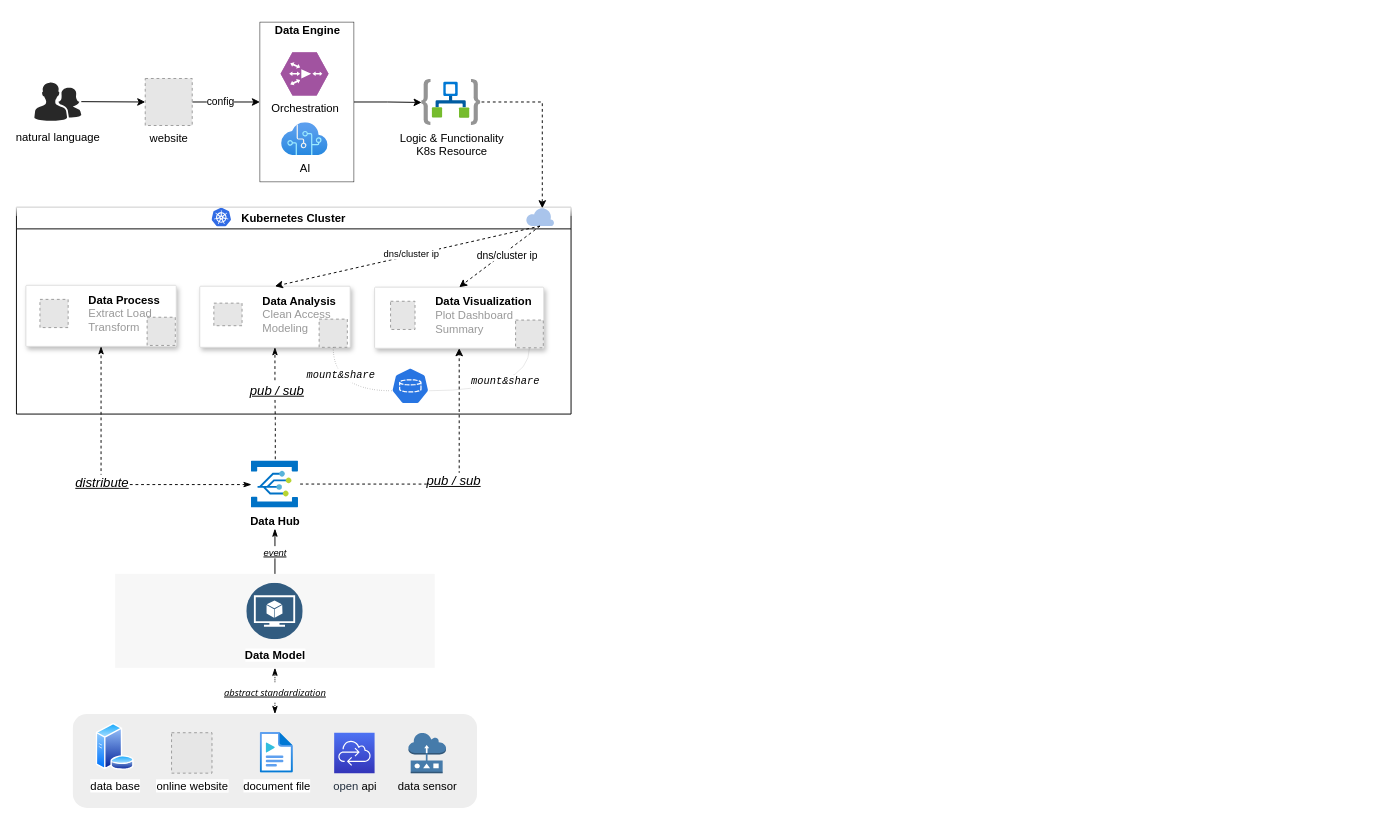
Above: rpl.drawio in siruzhong/drawing (draw.io), before the change. Source tidied: cells renumbered, new cells numbered last; positions are measured from the earlier drawing's top-left corner, leaving out a move shared by most shapes. Both pictures are drawn from the tidied source at 94%, with x=0, y=0 at pixel (16, 16). Pictures stored in the file or linked from it are replaced by grey dashed boxes.
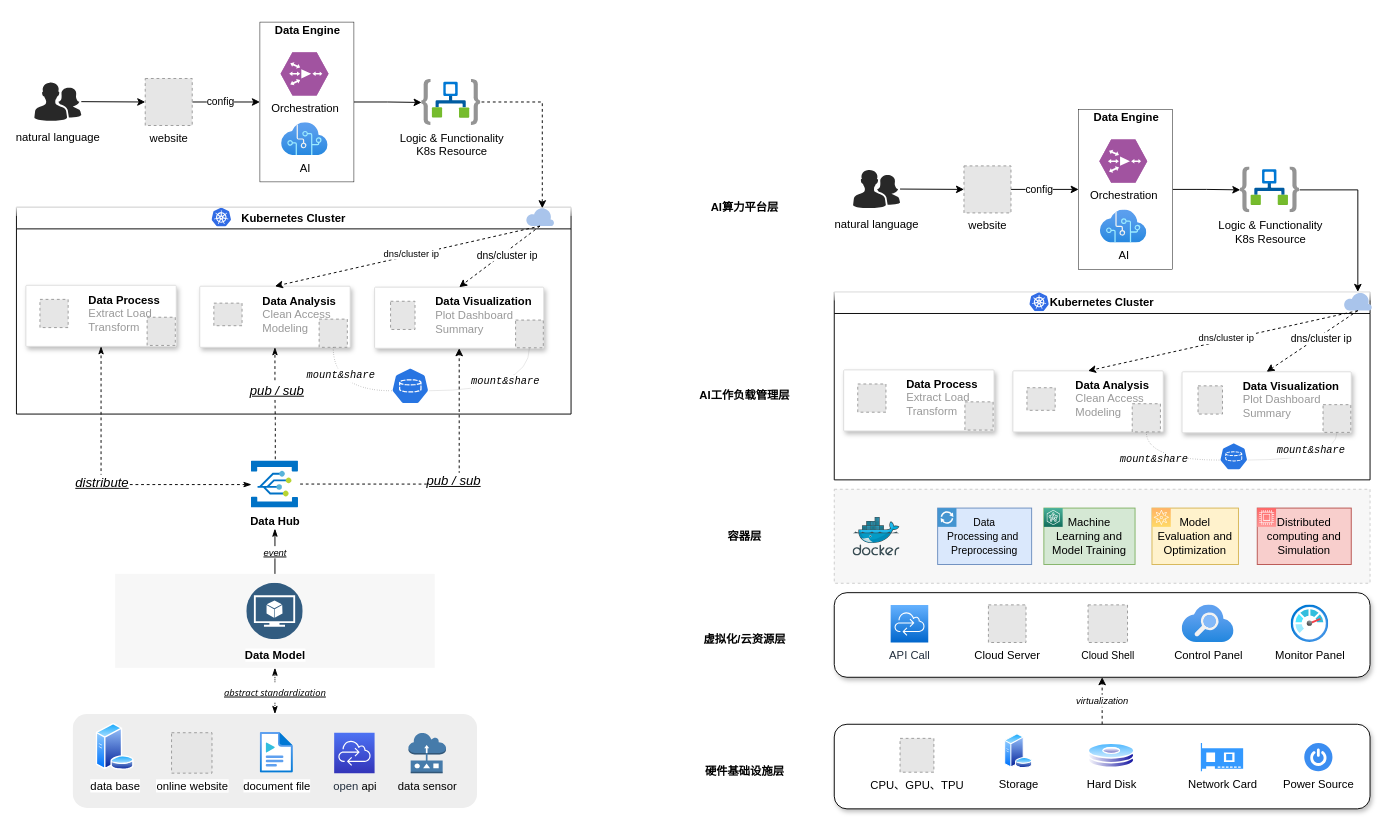
The same page after the edit.

The edit, as a diff of the source:
```diff
@@
+    <mxCell id="54" style="rounded=0;whiteSpace=wrap;html=1;fillColor=#F7F7F7;strokeColor=#CCCCCC;fontColor=#333333;strokeWidth=1;dashed=1;" parent="1" vertex="1">
+      <mxGeometry x="870" y="503" width="570" height="100" as="geometry" />
+    </mxCell>
+    <mxCell id="55" style="edgeStyle=orthogonalEdgeStyle;rounded=0;jettySize=auto;html=1;entryX=0.5;entryY=1;entryDx=0;entryDy=0;dashed=1;" parent="1" edge="1" source="57" target="58">
+      <mxGeometry relative="1" as="geometry" />
+    </mxCell>
+    <mxCell id="56" value="&lt;i&gt;&lt;font style=&quot;font-size: 10px;&quot;&gt;virtualization&lt;/font&gt;&lt;/i&gt;" style="edgeLabel;html=1;align=center;verticalAlign=middle;" parent="55" vertex="1">
+      <mxGeometry x="0.02" y="1" relative="1" as="geometry" />
+    </mxCell>
+    <mxCell id="57" style="rounded=1;whiteSpace=wrap;html=1;fillStyle=auto;shadow=1;glass=0;" parent="1" vertex="1">
+      <mxGeometry x="870" y="753" width="570" height="90" as="geometry" />
+    </mxCell>
@@
+    <mxCell id="58" style="rounded=1;whiteSpace=wrap;html=1;fillStyle=auto;shadow=1;" parent="1" vertex="1">
+      <mxGeometry x="870" y="613" width="570" height="90" as="geometry" />
+    </mxCell>
+    <mxCell id="59" style="edgeStyle=orthogonalEdgeStyle;rounded=0;orthogonalLoop=1;jettySize=auto;html=1;exitX=0.5;exitY=1;exitDx=0;exitDy=0;" parent="1" edge="1">
+      <mxGeometry relative="1" as="geometry">
+        <mxPoint x="1100" y="680" as="sourcePoint" />
+        <mxPoint x="1100" y="680" as="targetPoint" />
+      </mxGeometry>
+    </mxCell>
+    <mxCell id="60" value="CPU、GPU、TPU" style="fillColor=#E6E6E6;strokeColor=#999999;dashed=1;html=1;verticalLabelPosition=bottom;labelBackgroundColor=#ffffff;verticalAlign=top;" parent="1" vertex="1">
+      <mxGeometry x="940" y="768" width="36" height="36" as="geometry" />
+    </mxCell>
+    <mxCell id="61" value="Storage" style="image;perimeter=ellipsePerimeter;html=1;align=center;shadow=0;dashed=0;spacingTop=3;image=img/lib/active_directory/database_server.svg;" parent="1" vertex="1">
+      <mxGeometry x="1051" y="763" width="30.3" height="37" as="geometry" />
+    </mxCell>
+    <mxCell id="62" value="Hard Disk" style="image;perimeter=ellipsePerimeter;html=1;align=center;shadow=0;dashed=0;spacingTop=3;image=img/lib/active_directory/hard_disk.svg;" parent="1" vertex="1">
+      <mxGeometry x="1140" y="773" width="50" height="27" as="geometry" />
+    </mxCell>
+    <mxCell id="63" value="&lt;span style=&quot;background-color: rgb(255, 255, 255);&quot;&gt;Network Card&lt;/span&gt;" style="shadow=0;dashed=0;html=1;strokeColor=none;fillColor=#3399FF;labelPosition=center;verticalLabelPosition=bottom;verticalAlign=top;align=center;shape=mxgraph.veeam.2d.network_card;" parent="1" vertex="1">
+      <mxGeometry x="1260" y="773" width="45" height="30" as="geometry" />
+    </mxCell>
+    <mxCell id="64" value="&lt;span style=&quot;background-color: rgb(255, 255, 255);&quot;&gt;Power Source&lt;/span&gt;" style="sketch=0;html=1;strokeColor=none;shadow=0;fillColor=#3B8DF1;verticalAlign=top;labelPosition=center;verticalLabelPosition=bottom;shape=mxgraph.gcp2.a7_power;" parent="1" vertex="1">
+      <mxGeometry x="1370" y="773" width="30" height="30" as="geometry" />
+    </mxCell>
+    <mxCell id="65" value="&lt;b&gt;硬件基础设施层&lt;/b&gt;" style="text;html=1;strokeColor=none;fillColor=none;align=center;verticalAlign=middle;whiteSpace=wrap;rounded=0;" parent="1" vertex="1">
+      <mxGeometry x="720" y="783" width="110" height="40" as="geometry" />
+    </mxCell>
+    <mxCell id="66" value="&lt;b&gt;虚拟化/云资源层&lt;/b&gt;" style="text;html=1;strokeColor=none;fillColor=none;align=center;verticalAlign=middle;whiteSpace=wrap;rounded=0;" parent="1" vertex="1">
+      <mxGeometry x="720" y="643" width="110" height="40" as="geometry" />
+    </mxCell>
+    <mxCell id="67" value="&lt;b&gt;容器层&lt;/b&gt;" style="text;html=1;strokeColor=none;fillColor=none;align=center;verticalAlign=middle;whiteSpace=wrap;rounded=0;" parent="1" vertex="1">
+      <mxGeometry x="720" y="533" width="110" height="40" as="geometry" />
+    </mxCell>
+    <mxCell id="68" value="&lt;b&gt;AI工作负载管理层&lt;/b&gt;" style="text;html=1;strokeColor=none;fillColor=none;align=center;verticalAlign=middle;whiteSpace=wrap;rounded=0;" parent="1" vertex="1">
+      <mxGeometry x="720" y="383" width="110" height="40" as="geometry" />
+    </mxCell>
+    <mxCell id="69" value="&lt;p style=&quot;line-height: 40%;&quot;&gt;&lt;span style=&quot;font-weight: normal; background-color: rgb(255, 255, 255);&quot;&gt;&lt;font color=&quot;#000000&quot;&gt;Cloud Shell&lt;/font&gt;&lt;/span&gt;&lt;/p&gt;" style="fillColor=#E6E6E6;strokeColor=#999999;dashed=1;html=1;verticalAlign=top;labelPosition=center;verticalLabelPosition=bottom;align=center;spacingTop=-6;fontSize=11;fontStyle=1;fontColor=#999999;" parent="1" vertex="1">
+      <mxGeometry x="1140" y="626" width="42" height="40" as="geometry" />
+    </mxCell>
+    <mxCell id="70" value="Cloud Server" style="fillColor=#E6E6E6;strokeColor=#999999;dashed=1;html=1;verticalLabelPosition=bottom;labelBackgroundColor=#ffffff;verticalAlign=top;" parent="1" vertex="1">
+      <mxGeometry x="1034" y="626" width="40" height="40" as="geometry" />
+    </mxCell>
+    <mxCell id="71" value="Control Panel" style="image;html=1;align=center;fontSize=12;image=img/lib/azure2/app_services/Search_Services.svg;" parent="1" vertex="1">
+      <mxGeometry x="1240" y="626" width="55.4" height="40" as="geometry" />
+    </mxCell>
+    <mxCell id="72" value="&lt;span style=&quot;background-color: rgb(255, 255, 255);&quot;&gt;API Call&lt;/span&gt;" style="sketch=0;fontColor=#232F3E;gradientColor=#66B2FF;gradientDirection=north;fillColor=#0066CC;strokeColor=#ffffff;dashed=0;verticalLabelPosition=bottom;verticalAlign=top;align=center;html=1;fontSize=12;fontStyle=0;shape=mxgraph.aws4.resourceIcon;resIcon=mxgraph.aws4.cloud_control_api;" parent="1" vertex="1">
+      <mxGeometry x="930" y="626" width="40" height="40" as="geometry" />
+    </mxCell>
+    <mxCell id="73" style="image;sketch=0;html=1;align=center;fontSize=12;image=img/lib/mscae/Docker.svg;" parent="1" vertex="1">
+      <mxGeometry x="890" y="533" width="50" height="41" as="geometry" />
+    </mxCell>
+    <mxCell id="74" value="&lt;font style=&quot;font-size: 11px;&quot;&gt;Data &lt;br&gt;Processing and&amp;nbsp; Preprocessing&lt;/font&gt;" style="rounded=0;whiteSpace=wrap;html=1;fillColor=#dae8fc;strokeColor=#6c8ebf;" parent="1" vertex="1">
+      <mxGeometry x="980" y="523" width="100" height="60" as="geometry" />
+    </mxCell>
+    <mxCell id="75" value="Machine Learning and Model Training" style="rounded=0;whiteSpace=wrap;html=1;fillColor=#d5e8d4;strokeColor=#82b366;" parent="1" vertex="1">
+      <mxGeometry x="1093" y="523" width="97" height="60" as="geometry" />
+    </mxCell>
+    <mxCell id="76" value="Model Evaluation and Optimization" style="rounded=0;whiteSpace=wrap;html=1;fillColor=#fff2cc;strokeColor=#d6b656;" parent="1" vertex="1">
+      <mxGeometry x="1208" y="523" width="92" height="60" as="geometry" />
+    </mxCell>
+    <mxCell id="77" style="shadow=0;dashed=0;html=1;strokeColor=none;fillColor=#4495D1;labelPosition=center;verticalLabelPosition=bottom;verticalAlign=top;align=center;shape=mxgraph.veeam.2d.proxy;" parent="1" vertex="1">
+      <mxGeometry x="980" y="523" width="20" height="20" as="geometry" />
+    </mxCell>
+    <mxCell id="78" style="sketch=0;fontColor=#232F3E;gradientColor=#4AB29A;gradientDirection=north;fillColor=#116D5B;strokeColor=#ffffff;dashed=0;verticalLabelPosition=bottom;verticalAlign=top;align=center;html=1;fontSize=12;fontStyle=0;shape=mxgraph.aws4.resourceIcon;resIcon=mxgraph.aws4.neuron_ml_sdk;" parent="1" vertex="1">
+      <mxGeometry x="1093" y="523" width="20" height="20" as="geometry" />
+    </mxCell>
+    <mxCell id="79" style="sketch=0;fontColor=#232F3E;gradientColor=#FFB366;gradientDirection=north;fillColor=#FFD966;strokeColor=#ffffff;dashed=0;verticalLabelPosition=bottom;verticalAlign=top;align=center;html=1;fontSize=12;fontStyle=0;shape=mxgraph.aws4.resourceIcon;resIcon=mxgraph.aws4.migration_evaluator;" parent="1" vertex="1">
+      <mxGeometry x="1208" y="523" width="20" height="20" as="geometry" />
+    </mxCell>
+    <mxCell id="80" value="Kubernetes Cluster" style="swimlane;whiteSpace=wrap;html=1;fillColor=default;swimlaneFillColor=none;gradientColor=none;strokeColor=#000000;glass=1;" parent="1" vertex="1">
+      <mxGeometry x="870" y="293" width="570" height="200" as="geometry" />
+    </mxCell>
+    <mxCell id="81" style="strokeColor=#dddddd;shadow=1;strokeWidth=1;rounded=1;absoluteArcSize=1;arcSize=2;" parent="80" vertex="1">
+      <mxGeometry x="10" y="83" width="160" height="65" as="geometry" />
+    </mxCell>
+    <mxCell id="82" value="&lt;b&gt;&lt;font style=&quot;border-color: var(--border-color);&quot; color=&quot;#000000&quot;&gt;Data Process&lt;/font&gt;&lt;br style=&quot;border-color: var(--border-color);&quot;&gt;&lt;/b&gt;Extract Load&lt;br&gt;Transform" style="fillColor=#E6E6E6;strokeColor=#999999;dashed=1;html=1;fontColor=#999999;verticalLabelPosition=middle;labelBackgroundColor=#ffffff;verticalAlign=middle;labelPosition=right;align=left;spacingLeft=20;" parent="81" vertex="1">
+      <mxGeometry width="30" height="30" relative="1" as="geometry">
+        <mxPoint x="15" y="15" as="offset" />
+      </mxGeometry>
+    </mxCell>
+    <mxCell id="83" style="fillColor=#E6E6E6;strokeColor=#999999;dashed=1;html=1;verticalAlign=top;verticalLabelPosition=bottom;labelBackgroundColor=#ffffff;" parent="81" vertex="1">
+      <mxGeometry x="129" y="34" width="30" height="30" as="geometry" />
+    </mxCell>
+    <mxCell id="84" style="strokeColor=#dddddd;shadow=1;strokeWidth=1;rounded=1;absoluteArcSize=1;arcSize=2;" parent="80" vertex="1">
+      <mxGeometry x="190" y="84" width="160" height="65" as="geometry" />
+    </mxCell>
+    <mxCell id="85" value="&lt;b&gt;&lt;font color=&quot;#000000&quot;&gt;Data Analysis&lt;/font&gt;&lt;br&gt;&lt;/b&gt;Clean Access&lt;br&gt;Modeling" style="fillColor=#E6E6E6;strokeColor=#999999;dashed=1;html=1;fontColor=#999999;verticalLabelPosition=middle;labelBackgroundColor=#ffffff;verticalAlign=middle;labelPosition=right;align=left;spacingLeft=20;" parent="84" vertex="1">
+      <mxGeometry width="30" height="24" relative="1" as="geometry">
+        <mxPoint x="15" y="18" as="offset" />
+      </mxGeometry>
+    </mxCell>
+    <mxCell id="86" style="fillColor=#E6E6E6;strokeColor=#999999;dashed=1;html=1;verticalAlign=top;verticalLabelPosition=bottom;labelBackgroundColor=#ffffff;" parent="84" vertex="1">
+      <mxGeometry x="127" y="35" width="30" height="30" as="geometry" />
+    </mxCell>
+    <mxCell id="87" style="strokeColor=#dddddd;shadow=1;strokeWidth=1;rounded=1;absoluteArcSize=1;arcSize=2;" parent="80" vertex="1">
+      <mxGeometry x="370" y="85" width="180" height="65" as="geometry" />
+    </mxCell>
+    <mxCell id="88" value="&lt;b style=&quot;border-color: var(--border-color);&quot;&gt;&lt;font style=&quot;border-color: var(--border-color);&quot; color=&quot;#000000&quot;&gt;Data Visualization&lt;/font&gt;&lt;/b&gt;&lt;br&gt;Plot Dashboard&lt;br&gt;Summary&amp;nbsp;" style="fillColor=#E6E6E6;strokeColor=#999999;dashed=1;html=1;fontColor=#999999;verticalLabelPosition=middle;labelBackgroundColor=#ffffff;verticalAlign=middle;labelPosition=right;align=left;spacingLeft=20;" parent="87" vertex="1">
+      <mxGeometry width="26" height="30" relative="1" as="geometry">
+        <mxPoint x="17" y="15" as="offset" />
+      </mxGeometry>
+    </mxCell>
+    <mxCell id="89" style="fillColor=#E6E6E6;strokeColor=#999999;dashed=1;html=1;verticalAlign=top;verticalLabelPosition=bottom;labelBackgroundColor=#ffffff;" parent="87" vertex="1">
+      <mxGeometry x="150" y="35" width="29.5" height="29.5" as="geometry" />
+    </mxCell>
+    <mxCell id="90" style="image;sketch=0;html=1;align=center;fontSize=12;image=img/lib/mscae/Kubernetes.svg;" parent="80" vertex="1">
+      <mxGeometry x="208" y="1" width="20.8" height="20" as="geometry" />
+    </mxCell>
+    <mxCell id="91" style="verticalLabelPosition=bottom;html=1;verticalAlign=top;align=center;strokeColor=none;fillColor=#A9C4EB;shape=mxgraph.azure.cloud;" parent="80" vertex="1">
+      <mxGeometry x="542" width="30" height="20" as="geometry" />
+    </mxCell>
+    <mxCell id="92" style="endArrow=classic;html=1;rounded=0;entryX=0.5;entryY=0;entryDx=0;entryDy=0;exitX=0.5;exitY=1;exitDx=0;exitDy=0;exitPerimeter=0;dashed=1;" parent="80" edge="1" source="91" target="87">
+      <mxGeometry relative="1" as="geometry" />
+    </mxCell>
+    <mxCell id="93" value="dns/cluster ip" style="edgeLabel;html=1;align=center;verticalAlign=middle;" parent="92" vertex="1">
+      <mxGeometry x="-0.17" relative="1" as="geometry">
+        <mxPoint y="3" as="offset" />
+      </mxGeometry>
+    </mxCell>
+    <mxCell id="94" style="endArrow=classic;html=1;rounded=0;entryX=0.5;entryY=0;entryDx=0;entryDy=0;exitX=0.5;exitY=1;exitDx=0;exitDy=0;exitPerimeter=0;dashed=1;" parent="80" edge="1" source="91" target="84">
+      <mxGeometry relative="1" as="geometry" />
+    </mxCell>
+    <mxCell id="95" value="&lt;font style=&quot;font-size: 10px;&quot;&gt;dns/cluster ip&lt;br&gt;&lt;/font&gt;" style="edgeLabel;html=1;align=center;verticalAlign=middle;" parent="94" vertex="1">
+      <mxGeometry x="-0.03" y="-3" relative="1" as="geometry" />
+    </mxCell>
+    <mxCell id="96" style="sketch=0;html=1;dashed=0;whitespace=wrap;fillColor=#2875E2;strokeColor=#ffffff;points=[[0.005,0.63,0],[0.1,0.2,0],[0.9,0.2,0],[0.5,0,0],[0.995,0.63,0],[0.72,0.99,0],[0.5,1,0],[0.28,0.99,0]];verticalLabelPosition=bottom;align=center;verticalAlign=top;shape=mxgraph.kubernetes.icon;prIcon=pvc;" parent="80" vertex="1">
+      <mxGeometry x="410" y="160" width="30" height="30" as="geometry" />
+    </mxCell>
+    <mxCell id="97" style="rounded=0;jettySize=auto;html=1;exitX=0.5;exitY=1;exitDx=0;exitDy=0;entryX=0.005;entryY=0.63;entryDx=0;entryDy=0;entryPerimeter=0;edgeStyle=orthogonalEdgeStyle;curved=1;endArrow=none;endFill=0;strokeWidth=0.5;dashed=1;dashPattern=1 4;" parent="80" edge="1" source="86" target="96">
+      <mxGeometry relative="1" as="geometry" />
+    </mxCell>
+    <mxCell id="98" value="&lt;i&gt;&lt;font face=&quot;Courier New&quot;&gt;mount&amp;amp;share&lt;/font&gt;&lt;/i&gt;" style="edgeLabel;html=1;align=center;verticalAlign=middle;" parent="97" vertex="1">
+      <mxGeometry x="-0.47" y="7" relative="1" as="geometry" />
+    </mxCell>
+    <mxCell id="99" style="edgeStyle=orthogonalEdgeStyle;rounded=0;jettySize=auto;html=1;exitX=0.5;exitY=1;exitDx=0;exitDy=0;entryX=0.995;entryY=0.63;entryDx=0;entryDy=0;entryPerimeter=0;curved=1;strokeWidth=0;endArrow=none;endFill=0;dashed=1;dashPattern=1 4;" parent="80" edge="1" source="89" target="96">
+      <mxGeometry relative="1" as="geometry" />
+    </mxCell>
+    <mxCell id="100" value="&lt;i style=&quot;border-color: var(--border-color);&quot;&gt;&lt;font style=&quot;border-color: var(--border-color);&quot; face=&quot;Courier New&quot;&gt;mount&amp;amp;share&lt;/font&gt;&lt;/i&gt;" style="edgeLabel;html=1;align=center;verticalAlign=middle;" parent="99" vertex="1">
+      <mxGeometry x="-0.06" y="-10" relative="1" as="geometry" />
+    </mxCell>
+    <mxCell id="101" value="Distributed computing and Simulation" style="rounded=0;whiteSpace=wrap;html=1;fillColor=#f8cecc;strokeColor=#b85450;" parent="1" vertex="1">
+      <mxGeometry x="1320" y="523" width="100" height="60" as="geometry" />
+    </mxCell>
+    <mxCell id="102" style="sketch=0;fontColor=#232F3E;gradientColor=#FF6666;gradientDirection=north;fillColor=#FF9999;strokeColor=#ffffff;dashed=0;verticalLabelPosition=bottom;verticalAlign=top;align=center;html=1;fontSize=12;fontStyle=0;shape=mxgraph.aws4.resourceIcon;resIcon=mxgraph.aws4.compute;" parent="1" vertex="1">
+      <mxGeometry x="1320" y="523" width="20" height="20" as="geometry" />
+    </mxCell>
+    <mxCell id="103" value="Monitor Panel" style="image;html=1;align=center;fontSize=12;image=img/lib/azure2/management_governance/Monitor.svg;" parent="1" vertex="1">
+      <mxGeometry x="1356" y="626" width="40" height="40" as="geometry" />
+    </mxCell>
+    <mxCell id="104" style="edgeStyle=orthogonalEdgeStyle;rounded=0;jettySize=auto;html=1;exitX=1;exitY=0.5;exitDx=0;exitDy=0;" parent="1" edge="1" source="105" target="110">
+      <mxGeometry relative="1" as="geometry" />
+    </mxCell>
+    <mxCell id="105" style="rounded=0;whiteSpace=wrap;html=1;fillColor=#FFFFFF;strokeColor=default;gradientColor=none;strokeWidth=0.5;" parent="1" vertex="1">
+      <mxGeometry x="1130" y="99" width="100" height="170" as="geometry" />
+    </mxCell>
+    <mxCell id="106" value="AI" style="image;html=1;align=center;fontSize=12;image=img/lib/azure2/ai_machine_learning/Cognitive_Services.svg;" parent="1" vertex="1">
+      <mxGeometry x="1153" y="206" width="49.6" height="35" as="geometry" />
+    </mxCell>
+    <mxCell id="107" style="rounded=0;jettySize=auto;html=1;entryX=0;entryY=0.5;entryDx=0;entryDy=0;" parent="1" edge="1" source="108" target="113">
+      <mxGeometry relative="1" as="geometry" />
+    </mxCell>
+    <mxCell id="108" value="&lt;a style=&quot;border-color: var(--border-color); box-sizing: border-box; cursor: pointer; outline: currentcolor; line-height: 22.5px; text-align: start;&quot; class=&quot;color_pc_blue_text&quot;&gt;&lt;font style=&quot;border-color: var(--border-color);&quot;&gt;&lt;span style=&quot;border-color: var(--border-color);&quot;&gt;&lt;span style=&quot;border-color: var(--border-color);&quot;&gt;natural language&lt;/span&gt;&lt;/span&gt;&lt;/font&gt;&lt;/a&gt;" style="verticalLabelPosition=bottom;sketch=0;html=1;fillColor=#282828;strokeColor=none;verticalAlign=top;align=center;shape=mxgraph.cisco_safe.people_places_things_icons.icon2;" parent="1" vertex="1">
+      <mxGeometry x="890" y="163" width="50" height="41" as="geometry" />
+    </mxCell>
+    <mxCell id="109" style="edgeStyle=orthogonalEdgeStyle;rounded=0;jettySize=auto;html=1;" parent="1" edge="1" source="110" target="91">
+      <mxGeometry relative="1" as="geometry" />
+    </mxCell>
+    <mxCell id="110" value="Logic &amp;amp; Functionality&lt;br&gt;K8s Resource" style="image;html=1;points=[];align=center;fontSize=12;image=img/lib/azure2/iot/Logic_Apps.svg;" parent="1" vertex="1">
+      <mxGeometry x="1302" y="160" width="63" height="48.9" as="geometry" />
+    </mxCell>
+    <mxCell id="111" style="edgeStyle=orthogonalEdgeStyle;rounded=0;jettySize=auto;html=1;exitX=1;exitY=0.5;exitDx=0;exitDy=0;" parent="1" edge="1" source="113" target="105">
+      <mxGeometry relative="1" as="geometry" />
+    </mxCell>
+    <mxCell id="112" value="config" style="edgeLabel;html=1;align=center;verticalAlign=middle;" parent="111" vertex="1">
+      <mxGeometry x="-0.2" y="1" relative="1" as="geometry" />
+    </mxCell>
+    <mxCell id="113" value="website" style="fillColor=#E6E6E6;strokeColor=#999999;dashed=1;html=1;verticalAlign=top;verticalLabelPosition=bottom;labelBackgroundColor=#ffffff;" parent="1" vertex="1">
+      <mxGeometry x="1008" y="159" width="50" height="50" as="geometry" />
+    </mxCell>
+    <mxCell id="114" value="Orchestration" style="verticalLabelPosition=bottom;sketch=0;html=1;fillColor=#A153A0;strokeColor=#ffffff;verticalAlign=top;align=center;shape=mxgraph.cisco_safe.compositeIcon;bgIcon=mxgraph.cisco_safe.design.blank_device;resIcon=mxgraph.cisco_safe.design.wide_area_application_engine;" parent="1" vertex="1">
+      <mxGeometry x="1152" y="131" width="51" height="46" as="geometry" />
+    </mxCell>
+    <mxCell id="115" value="&lt;b&gt;Data Engine&lt;/b&gt;" style="text;html=1;strokeColor=none;fillColor=none;align=center;verticalAlign=middle;whiteSpace=wrap;rounded=0;" parent="1" vertex="1">
+      <mxGeometry x="1141" y="93" width="80" height="30" as="geometry" />
+    </mxCell>
+    <mxCell id="116" value="&lt;b&gt;AI算力平台层&lt;/b&gt;" style="text;html=1;strokeColor=none;fillColor=none;align=center;verticalAlign=middle;whiteSpace=wrap;rounded=0;" parent="1" vertex="1">
+      <mxGeometry x="720" y="183" width="110" height="40" as="geometry" />
+    </mxCell>
```
